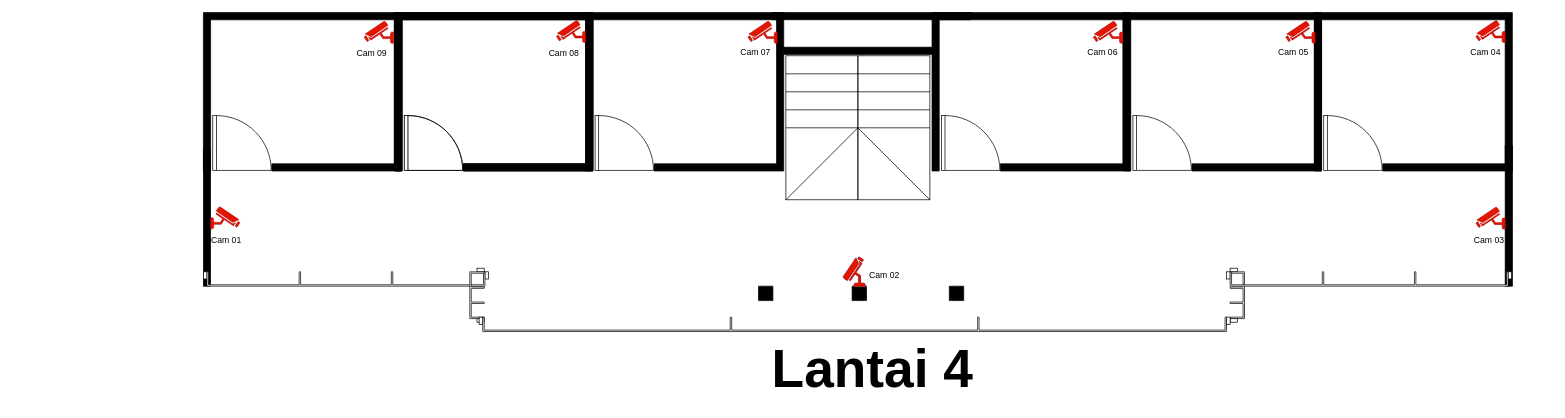
Above: page "4nd - floor" (4 of 4) of Diagram Tanpa Judul.drawio in mohammadrifanmushlih17/My-Project-Draw (draw.io), before the change. Source tidied: cells renumbered, new cells numbered last; positions are measured from the earlier drawing's top-left corner, leaving out a move shared by most shapes. Both pictures are drawn from the tidied source at 72%, with x=0, y=0 at pixel (203, 12).
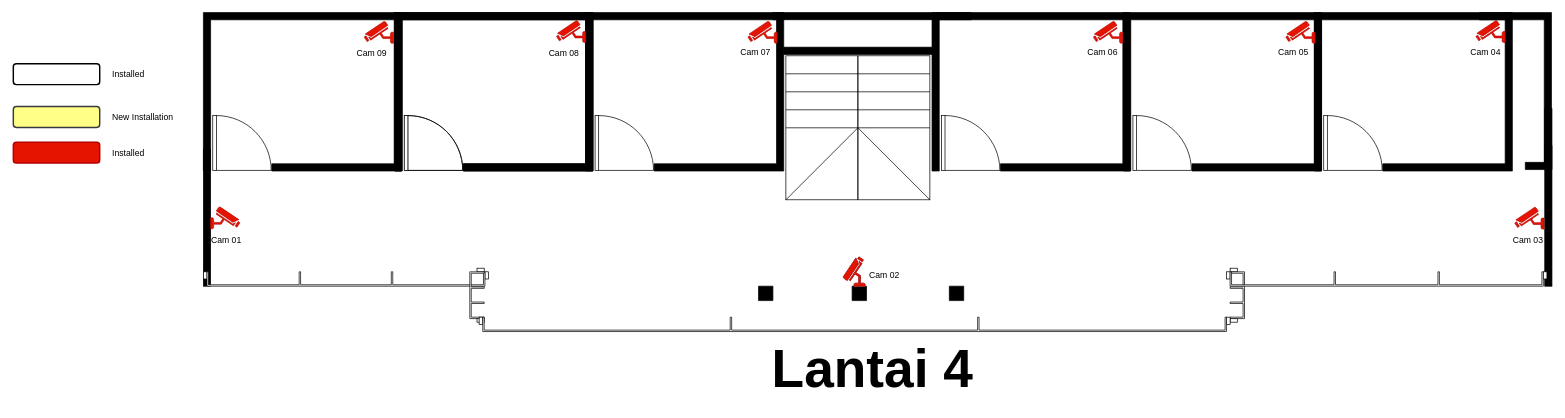
The same diagram, later.

The edit, as a diff of the source:
```diff
@@
     <mxCell id="34" style="verticalLabelPosition=bottom;html=1;verticalAlign=top;align=center;shape=mxgraph.floorplan.wall;fillColor=strokeColor;direction=south;" parent="1" vertex="1">
-      <mxGeometry x="1808" y="185" width="10" height="195" as="geometry" />
+      <mxGeometry x="1863" y="185" width="10" height="195" as="geometry" />
     </mxCell>
     <mxCell id="35" style="verticalLabelPosition=bottom;html=1;verticalAlign=top;align=center;shape=mxgraph.floorplan.windowGarden;dx=0.25;direction=west;" parent="1" vertex="1">
-      <mxGeometry x="1421" y="360" width="396" height="20" as="geometry" />
+      <mxGeometry x="1421" y="360" width="445" height="20" as="geometry" />
     </mxCell>
@@
     <mxCell id="50" style="fontColor=#ffffff;verticalAlign=top;verticalLabelPosition=bottom;labelPosition=center;align=center;html=1;fillColor=#e51400;strokeColor=#B20000;gradientDirection=north;strokeWidth=2;shape=mxgraph.networks.security_camera;direction=east;flipH=1;" parent="1" vertex="1">
-      <mxGeometry x="1767.3" y="270.2" width="40.7" height="30.5" as="geometry" />
+      <mxGeometry x="1821.3" y="270.2" width="40.7" height="30.5" as="geometry" />
     </mxCell>
@@
     <mxCell id="58" value="Cam 03" style="text;html=1;align=center;verticalAlign=middle;whiteSpace=wrap;rounded=0;" parent="1" vertex="1">
-      <mxGeometry x="1756" y="302" width="60" height="30" as="geometry" />
+      <mxGeometry x="1810" y="302" width="60" height="30" as="geometry" />
     </mxCell>
@@
+    <mxCell id="61" style="verticalLabelPosition=bottom;html=1;verticalAlign=top;align=center;shape=mxgraph.floorplan.wallCorner;fillColor=strokeColor;direction=south;" parent="1" vertex="1">
+      <mxGeometry x="1772.3" width="100" height="210" as="geometry" />
+    </mxCell>
+    <mxCell id="62" style="verticalLabelPosition=bottom;html=1;verticalAlign=top;align=center;shape=mxgraph.floorplan.wallCorner;fillColor=strokeColor;direction=west;" parent="1" vertex="1">
+      <mxGeometry x="1836" y="133" width="37" height="85" as="geometry" />
+    </mxCell>
+    <mxCell id="63" style="rounded=1;whiteSpace=wrap;html=1;strokeWidth=2;" parent="1" vertex="1">
+      <mxGeometry x="-264" y="71" width="120" height="29" as="geometry" />
+    </mxCell>
+    <mxCell id="64" style="rounded=1;whiteSpace=wrap;html=1;fillColor=#ffff88;strokeColor=#36393d;strokeWidth=2;" parent="1" vertex="1">
+      <mxGeometry x="-264" y="130.5" width="120" height="29" as="geometry" />
+    </mxCell>
+    <mxCell id="65" style="rounded=1;whiteSpace=wrap;html=1;fillColor=#e51400;strokeColor=#B20000;strokeWidth=2;fontColor=#ffffff;" parent="1" vertex="1">
+      <mxGeometry x="-264" y="180" width="120" height="29" as="geometry" />
+    </mxCell>
+    <mxCell id="66" value="Installed" style="text;html=1;align=center;verticalAlign=middle;whiteSpace=wrap;rounded=0;" parent="1" vertex="1">
+      <mxGeometry x="-134" y="70.5" width="60" height="30" as="geometry" />
+    </mxCell>
+    <mxCell id="67" value="Installed" style="text;html=1;align=center;verticalAlign=middle;whiteSpace=wrap;rounded=0;" parent="1" vertex="1">
+      <mxGeometry x="-134" y="180" width="60" height="30" as="geometry" />
+    </mxCell>
+    <mxCell id="68" value="New Installation" style="text;html=1;align=center;verticalAlign=middle;whiteSpace=wrap;rounded=0;" parent="1" vertex="1">
+      <mxGeometry x="-134" y="130" width="100" height="30" as="geometry" />
+    </mxCell>
```
